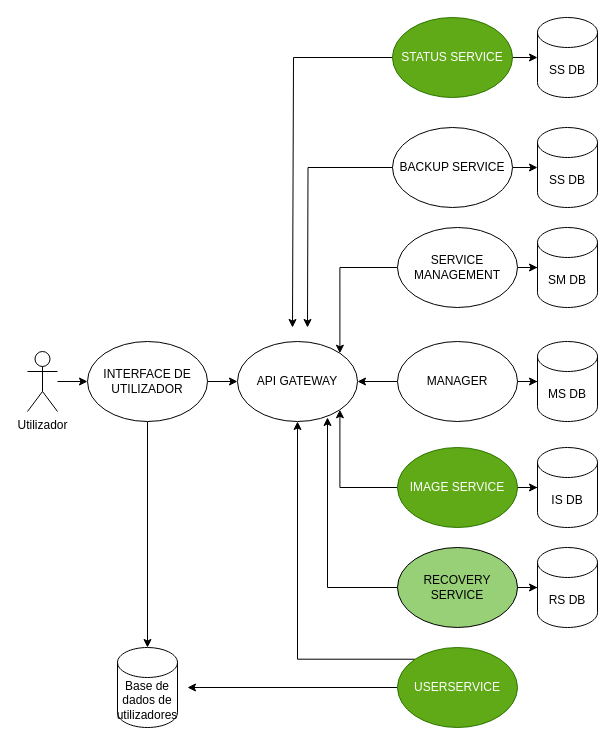
Earlier version of the draw.io diagram TRABALHO_TORICO/Diagramas/visaoGeral.drawio (magiccode4Dim/Desaster-Recover-System). Source tidied: cells renumbered, new cells numbered last; positions are measured from the earlier drawing's top-left corner, leaving out a move shared by most shapes. Both pictures are drawn from the tidied source at 100%, with x=0, y=0 at pixel (27, 17).
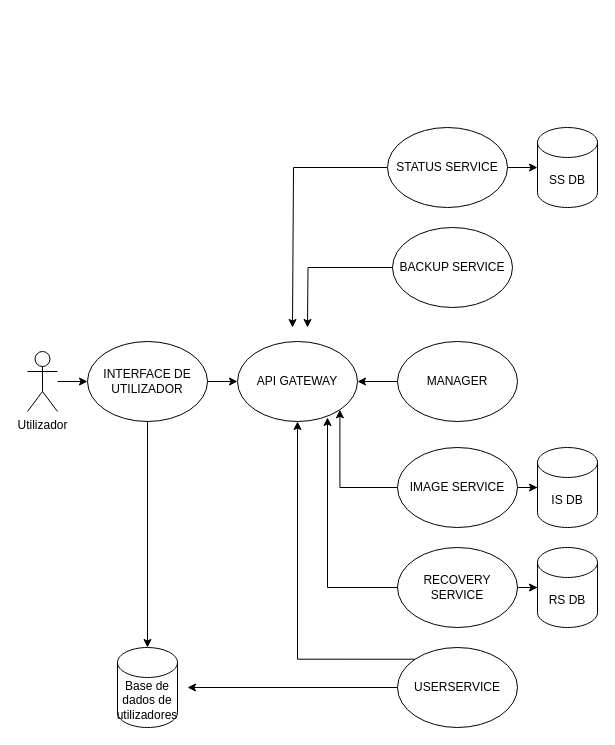
The same page after the edit.

The change refers to these unchanged cells:
```xml
<mxCell id="7" value="API GATEWAY" style="ellipse;whiteSpace=wrap;html=1;" parent="1" vertex="1">
  <mxGeometry x="210" y="324" width="120" height="80" as="geometry" />
</mxCell>
<mxCell id="10" value="MANAGER" style="ellipse;whiteSpace=wrap;html=1;" parent="1" vertex="1">
  <mxGeometry x="370" y="324" width="120" height="80" as="geometry" />
</mxCell>
```

The edit, as a diff of the source:
```diff
@@
-    <mxCell id="9" style="edgeStyle=orthogonalEdgeStyle;rounded=0;jettySize=auto;html=1;" parent="1" edge="1" source="10" target="27">
-      <mxGeometry relative="1" as="geometry" />
-    </mxCell>
@@
-    <mxCell id="13" value="IMAGE SERVICE" style="ellipse;whiteSpace=wrap;html=1;fillColor=#60a917;fontColor=#ffffff;strokeColor=#2D7600;" parent="1" vertex="1">
+    <mxCell id="13" value="IMAGE SERVICE" style="ellipse;whiteSpace=wrap;html=1;fillColor=#FFFFFF;fontColor=#000000;strokeColor=#000000;" parent="1" vertex="1">
       <mxGeometry x="370" y="430" width="120" height="80" as="geometry" />
     </mxCell>
@@
-    <mxCell id="16" value="RECOVERY SERVICE" style="ellipse;whiteSpace=wrap;html=1;fillColor=#97D077;" parent="1" vertex="1">
+    <mxCell id="16" value="RECOVERY SERVICE" style="ellipse;whiteSpace=wrap;html=1;fillColor=#FFFFFF;" parent="1" vertex="1">
       <mxGeometry x="370" y="530" width="120" height="80" as="geometry" />
     </mxCell>
@@
-    <mxCell id="19" value="USERSERVICE" style="ellipse;whiteSpace=wrap;html=1;fillColor=#60a917;fontColor=#ffffff;strokeColor=#2D7600;" parent="1" vertex="1">
+    <mxCell id="19" value="USERSERVICE" style="ellipse;whiteSpace=wrap;html=1;fillColor=#FFFFFF;fontColor=#000000;strokeColor=#000000;" parent="1" vertex="1">
       <mxGeometry x="370" y="630" width="120" height="80" as="geometry" />
     </mxCell>
     <mxCell id="20" style="edgeStyle=orthogonalEdgeStyle;rounded=0;jettySize=auto;html=1;exitX=0;exitY=0.5;exitDx=0;exitDy=0;strokeColor=default;" parent="1" edge="1" source="22">
       <mxGeometry relative="1" as="geometry">
         <mxPoint x="265" y="310" as="targetPoint" />
         <Array as="points">
-          <mxPoint x="266" y="40" />
+          <mxPoint x="266" y="150" />
         </Array>
       </mxGeometry>
     </mxCell>
@@
-    <mxCell id="22" value="STATUS SERVICE" style="ellipse;whiteSpace=wrap;html=1;fillColor=#60a917;fontColor=#ffffff;strokeColor=#2D7600;" parent="1" vertex="1">
-      <mxGeometry x="365" width="120" height="80" as="geometry" />
+    <mxCell id="22" value="STATUS SERVICE" style="ellipse;whiteSpace=wrap;html=1;fillColor=#FFFFFF;fontColor=#000000;strokeColor=#000000;" parent="1" vertex="1">
+      <mxGeometry x="360" y="110" width="120" height="80" as="geometry" />
     </mxCell>
@@
     <mxCell id="26" value="SS DB" style="shape=cylinder3;whiteSpace=wrap;html=1;boundedLbl=1;backgroundOutline=1;size=15;" parent="1" vertex="1">
-      <mxGeometry x="510" width="60" height="80" as="geometry" />
+      <mxGeometry x="510" y="110" width="60" height="80" as="geometry" />
     </mxCell>
-    <mxCell id="27" value="MS DB" style="shape=cylinder3;whiteSpace=wrap;html=1;boundedLbl=1;backgroundOutline=1;size=15;" parent="1" vertex="1">
-      <mxGeometry x="510" y="324" width="60" height="80" as="geometry" />
-    </mxCell>
-    <mxCell id="28" style="edgeStyle=orthogonalEdgeStyle;rounded=0;jettySize=auto;html=1;exitX=0;exitY=0.5;exitDx=0;exitDy=0;entryX=1;entryY=0;entryDx=0;entryDy=0;" parent="1" edge="1" source="30" target="7">
-      <mxGeometry relative="1" as="geometry" />
-    </mxCell>
-    <mxCell id="29" style="edgeStyle=orthogonalEdgeStyle;rounded=0;jettySize=auto;html=1;" parent="1" edge="1" source="30" target="31">
-      <mxGeometry relative="1" as="geometry" />
-    </mxCell>
-    <mxCell id="30" value="SERVICE MANAGEMENT" style="ellipse;whiteSpace=wrap;html=1;" parent="1" vertex="1">
-      <mxGeometry x="370" y="210" width="120" height="80" as="geometry" />
-    </mxCell>
-    <mxCell id="31" value="SM DB" style="shape=cylinder3;whiteSpace=wrap;html=1;boundedLbl=1;backgroundOutline=1;size=15;" parent="1" vertex="1">
-      <mxGeometry x="510" y="210" width="60" height="80" as="geometry" />
-    </mxCell>
-    <mxCell id="32" style="edgeStyle=orthogonalEdgeStyle;rounded=0;jettySize=auto;html=1;" parent="1" edge="1" source="33" target="34">
-      <mxGeometry relative="1" as="geometry" />
-    </mxCell>
     <mxCell id="33" value="BACKUP SERVICE" style="ellipse;whiteSpace=wrap;html=1;" parent="1" vertex="1">
-      <mxGeometry x="365" y="110" width="120" height="80" as="geometry" />
+      <mxGeometry x="365" y="210" width="120" height="80" as="geometry" />
     </mxCell>
-    <mxCell id="34" value="SS DB" style="shape=cylinder3;whiteSpace=wrap;html=1;boundedLbl=1;backgroundOutline=1;size=15;" parent="1" vertex="1">
-      <mxGeometry x="510" y="110" width="60" height="80" as="geometry" />
-    </mxCell>
```
